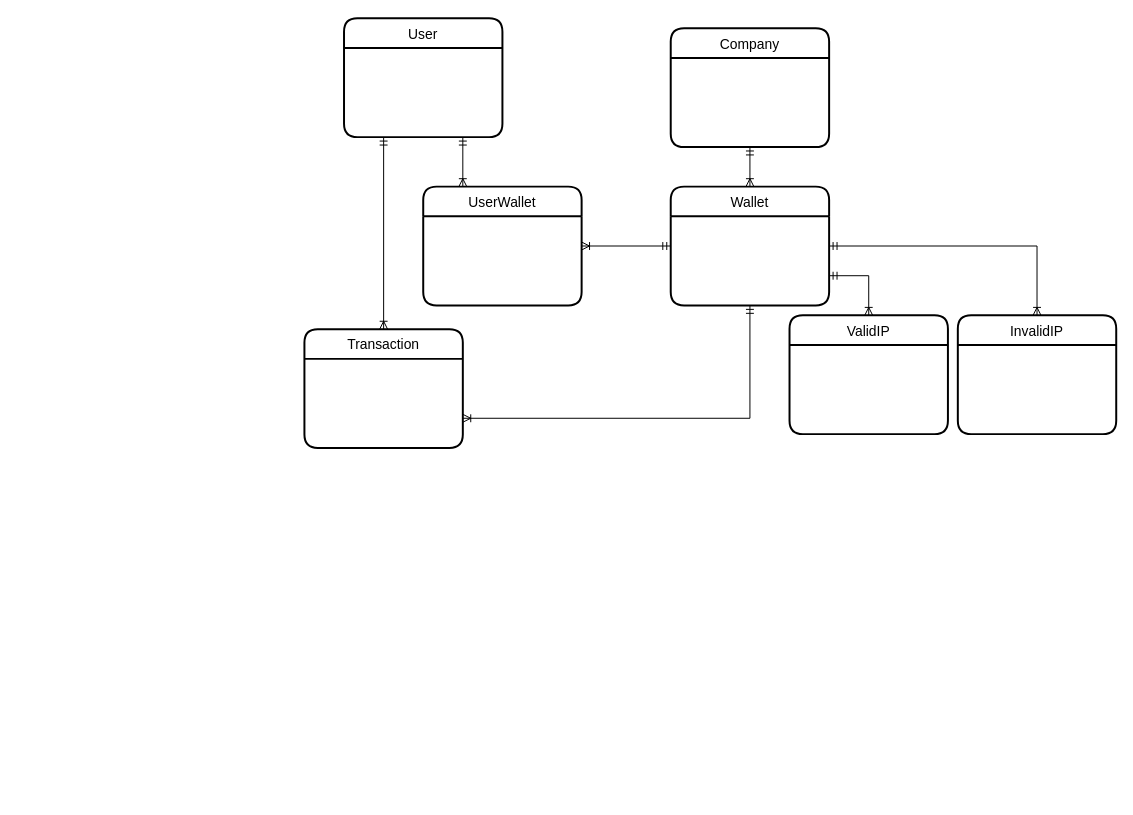
This is Dtat.Wallet.Abstractions/Documents/Wallet.drawio from Dariush-Tasdighi/Wallet, a draw.io file, before an edit. Source tidied: cells renumbered, new cells numbered last; positions are measured from the earlier drawing's top-left corner, leaving out a move shared by most shapes. Both pictures are drawn from the tidied source at 99%, with x=0, y=0 at pixel (304, 18).
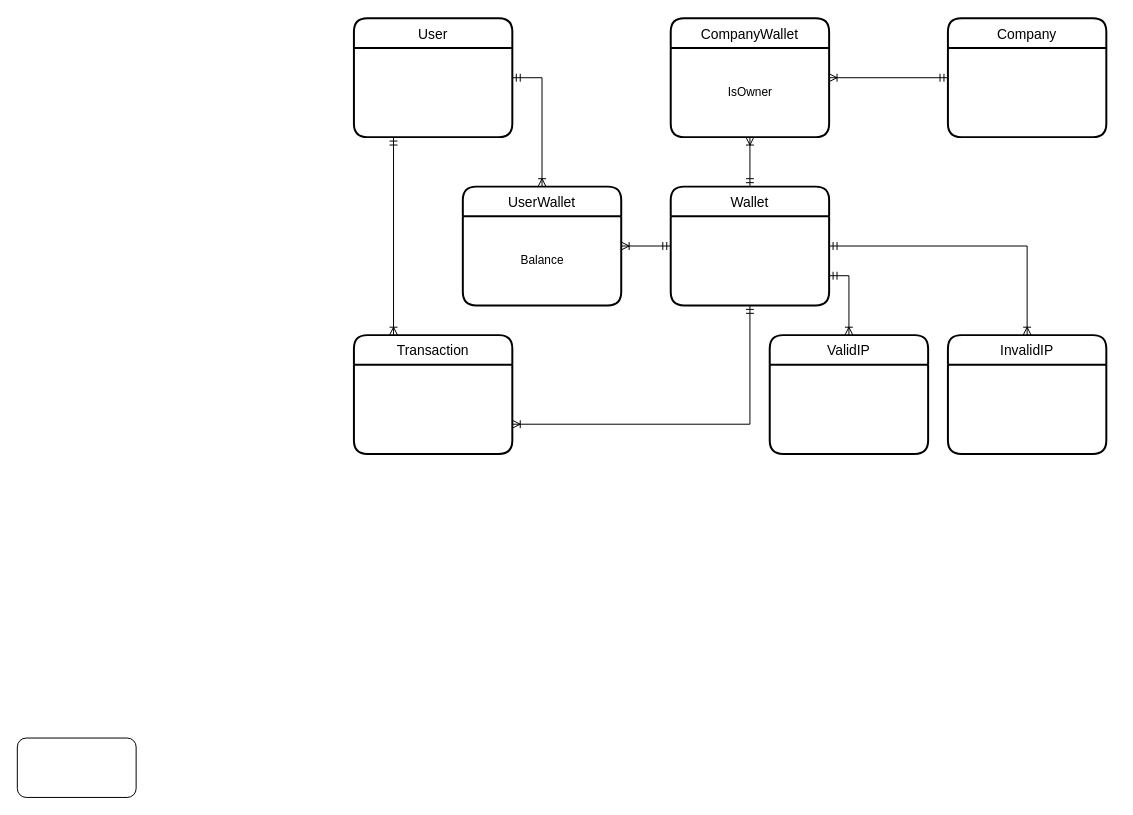
The same page after the edit.

The change refers to these unchanged cells:
```xml
<mxCell id="4" value="Wallet" style="swimlane;horizontal=1;startSize=30;rounded=1;fontSize=14;fontStyle=0;strokeWidth=2;shadow=0;dashed=0;align=center;" parent="1" vertex="1">
  <mxGeometry x="370" y="170" width="160" height="120" as="geometry" />
</mxCell>
```

Diff of the diagram source:
```diff
@@
     <mxCell id="2" value="User" style="swimlane;horizontal=1;startSize=30;rounded=1;fontSize=14;fontStyle=0;strokeWidth=2;shadow=0;dashed=0;align=center;" parent="1" vertex="1">
-      <mxGeometry x="40" width="160" height="120" as="geometry" />
+      <mxGeometry x="50" width="160" height="120" as="geometry" />
     </mxCell>
     <mxCell id="3" value="Company" style="swimlane;horizontal=1;startSize=30;rounded=1;fontSize=14;fontStyle=0;strokeWidth=2;shadow=0;dashed=0;align=center;" parent="1" vertex="1">
-      <mxGeometry x="370" y="10" width="160" height="120" as="geometry" />
+      <mxGeometry x="650" width="160" height="120" as="geometry" />
     </mxCell>
@@
-    <mxCell id="5" style="fontSize=12;html=1;endArrow=ERoneToMany;startArrow=ERmandOne;rounded=0;entryX=0.5;entryY=0;entryDx=0;entryDy=0;exitX=0.5;exitY=1;exitDx=0;exitDy=0;" parent="1" edge="1" source="3" target="4">
+    <mxCell id="5" style="fontSize=12;html=1;endArrow=ERoneToMany;startArrow=ERmandOne;rounded=0;entryX=1;entryY=0.5;entryDx=0;entryDy=0;exitX=0;exitY=0.5;exitDx=0;exitDy=0;" parent="1" edge="1" source="3" target="17">
       <mxGeometry relative="1" as="geometry" />
     </mxCell>
     <mxCell id="6" value="UserWallet" style="swimlane;horizontal=1;startSize=30;rounded=1;fontSize=14;fontStyle=0;strokeWidth=2;shadow=0;dashed=0;align=center;" parent="1" vertex="1">
-      <mxGeometry x="120" y="170" width="160" height="120" as="geometry" />
+      <mxGeometry x="160" y="170" width="160" height="120" as="geometry" />
     </mxCell>
+    <mxCell id="16" value="Balance" style="text;html=1;align=center;verticalAlign=middle;strokeColor=none;fillColor=none;" parent="6" vertex="1">
+      <mxGeometry y="30" width="160" height="90" as="geometry" />
+    </mxCell>
@@
-    <mxCell id="8" style="fontSize=12;html=1;endArrow=ERoneToMany;startArrow=ERmandOne;rounded=0;exitX=0.75;exitY=1;exitDx=0;exitDy=0;entryX=0.25;entryY=0;entryDx=0;entryDy=0;" parent="1" edge="1" source="2" target="6">
+    <mxCell id="8" style="fontSize=12;html=1;endArrow=ERoneToMany;startArrow=ERmandOne;rounded=0;exitX=1;exitY=0.5;exitDx=0;exitDy=0;entryX=0.5;entryY=0;entryDx=0;entryDy=0;edgeStyle=orthogonalEdgeStyle;" parent="1" edge="1" source="2" target="6">
       <mxGeometry relative="1" as="geometry" />
     </mxCell>
     <mxCell id="9" value="Transaction" style="swimlane;horizontal=1;startSize=30;rounded=1;fontSize=14;fontStyle=0;strokeWidth=2;shadow=0;dashed=0;align=center;" parent="1" vertex="1">
-      <mxGeometry y="314" width="160" height="120" as="geometry" />
+      <mxGeometry x="50" y="320" width="160" height="120" as="geometry" />
     </mxCell>
@@
-    <mxCell id="11" style="fontSize=12;html=1;endArrow=ERoneToMany;startArrow=ERmandOne;rounded=0;entryX=0.5;entryY=0;entryDx=0;entryDy=0;exitX=0.25;exitY=1;exitDx=0;exitDy=0;" parent="1" edge="1" source="2" target="9">
+    <mxCell id="11" style="fontSize=12;html=1;endArrow=ERoneToMany;startArrow=ERmandOne;rounded=0;entryX=0.25;entryY=0;entryDx=0;entryDy=0;exitX=0.25;exitY=1;exitDx=0;exitDy=0;" parent="1" edge="1" source="2" target="9">
       <mxGeometry relative="1" as="geometry" />
     </mxCell>
     <mxCell id="12" value="ValidIP" style="swimlane;horizontal=1;startSize=30;rounded=1;fontSize=14;fontStyle=0;strokeWidth=2;shadow=0;dashed=0;align=center;" parent="1" vertex="1">
-      <mxGeometry x="490" y="300" width="160" height="120" as="geometry" />
+      <mxGeometry x="470" y="320" width="160" height="120" as="geometry" />
     </mxCell>
@@
     <mxCell id="14" value="InvalidIP" style="swimlane;horizontal=1;startSize=30;rounded=1;fontSize=14;fontStyle=0;strokeWidth=2;shadow=0;dashed=0;align=center;" parent="1" vertex="1">
-      <mxGeometry x="660" y="300" width="160" height="120" as="geometry" />
+      <mxGeometry x="650" y="320" width="160" height="120" as="geometry" />
     </mxCell>
@@
+    <mxCell id="17" value="CompanyWallet" style="swimlane;horizontal=1;startSize=30;rounded=1;fontSize=14;fontStyle=0;strokeWidth=2;shadow=0;dashed=0;align=center;" parent="1" vertex="1">
+      <mxGeometry x="370" width="160" height="120" as="geometry" />
+    </mxCell>
+    <mxCell id="18" value="IsOwner" style="text;html=1;align=center;verticalAlign=middle;strokeColor=none;fillColor=none;" parent="17" vertex="1">
+      <mxGeometry y="30" width="160" height="90" as="geometry" />
+    </mxCell>
+    <mxCell id="19" style="fontSize=12;html=1;endArrow=ERoneToMany;startArrow=ERmandOne;rounded=0;entryX=0.5;entryY=1;entryDx=0;entryDy=0;exitX=0.5;exitY=0;exitDx=0;exitDy=0;" parent="1" edge="1" source="4" target="17">
+      <mxGeometry relative="1" as="geometry" />
+    </mxCell>
+    <mxCell id="20" style="rounded=1;whiteSpace=wrap;html=1;" parent="1" vertex="1">
+      <mxGeometry x="-290" y="727" width="120" height="60" as="geometry" />
+    </mxCell>
```
